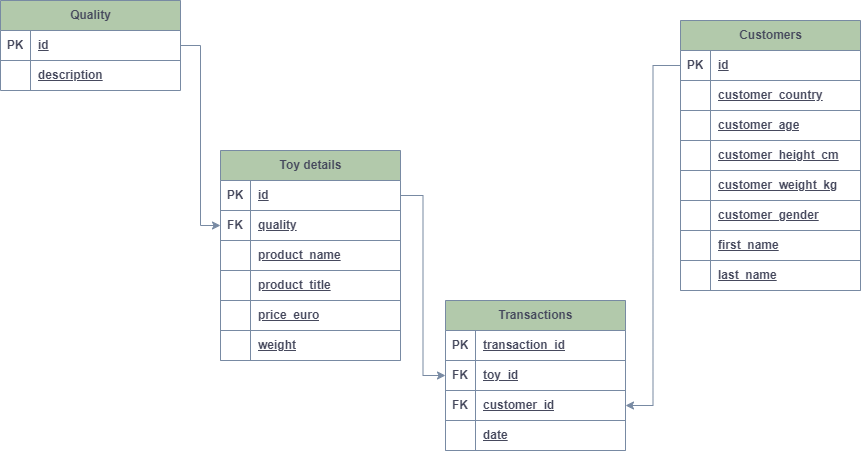
This is week_9/PDA_data_transformation/images/diagram_pda.png from JusRos/codeclan_homework_JustynaRosiak, a draw.io export, as it was before one commit. Source tidied: cells renumbered, new cells last; positions are measured from the earlier drawing's top-left corner, leaving out a move shared by most shapes.
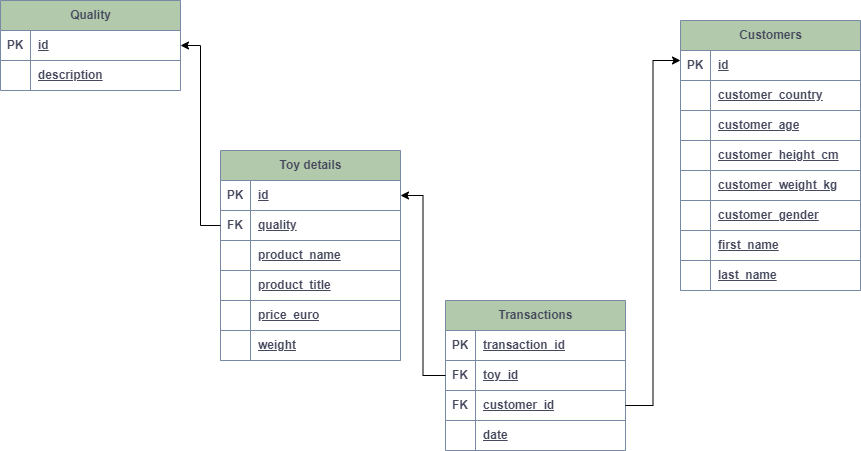
Above is the later version.

Change to the diagram source:
```diff
@@ -194,14 +194,14 @@
     <mxCell id="65" value="date" style="shape=partialRectangle;fillColor=none;top=0;left=0;bottom=0;right=0;align=left;spacingLeft=6;fontStyle=5;overflow=hidden;whiteSpace=wrap;html=1;strokeColor=#788AA3;fontFamily=Helvetica;fontSize=12;fontColor=#46495D;startSize=0;labelBackgroundColor=none;" parent="63" vertex="1">
       <mxGeometry x="30" width="150" height="30" as="geometry" />
     </mxCell>
-    <mxCell id="66" style="edgeStyle=orthogonalEdgeStyle;rounded=0;jettySize=auto;html=1;exitX=1;exitY=0.5;exitDx=0;exitDy=0;entryX=0;entryY=0.5;entryDx=0;entryDy=0;fontFamily=Helvetica;fontSize=12;fontColor=default;startSize=0;labelBackgroundColor=none;strokeColor=#788AA3;" parent="1" edge="1" source="10" target="57">
-      <mxGeometry relative="1" as="geometry" />
-    </mxCell>
-    <mxCell id="67" style="edgeStyle=orthogonalEdgeStyle;rounded=0;jettySize=auto;html=1;exitX=0;exitY=0.5;exitDx=0;exitDy=0;entryX=1;entryY=0.5;entryDx=0;entryDy=0;labelBackgroundColor=none;strokeColor=#788AA3;fontColor=default;" parent="1" edge="1" source="29" target="60">
-      <mxGeometry relative="1" as="geometry" />
-    </mxCell>
-    <mxCell id="68" style="edgeStyle=orthogonalEdgeStyle;rounded=0;jettySize=auto;html=1;exitX=1;exitY=0.5;exitDx=0;exitDy=0;entryX=0;entryY=0.5;entryDx=0;entryDy=0;strokeColor=#788AA3;fontColor=#46495D;fillColor=#B2C9AB;" parent="1" edge="1" source="3" target="13">
-      <mxGeometry relative="1" as="geometry" />
-    </mxCell>
+    <mxCell id="69" style="edgeStyle=orthogonalEdgeStyle;rounded=0;jettySize=auto;html=1;exitX=0;exitY=0.5;exitDx=0;exitDy=0;entryX=1;entryY=0.5;entryDx=0;entryDy=0;" parent="1" edge="1" source="13" target="3">
+      <mxGeometry relative="1" as="geometry" />
+    </mxCell>
+    <mxCell id="70" style="edgeStyle=orthogonalEdgeStyle;rounded=0;jettySize=auto;html=1;exitX=0;exitY=0.5;exitDx=0;exitDy=0;entryX=1;entryY=0.5;entryDx=0;entryDy=0;" parent="1" edge="1" source="57" target="10">
+      <mxGeometry relative="1" as="geometry" />
+    </mxCell>
+    <mxCell id="71" style="edgeStyle=orthogonalEdgeStyle;rounded=0;jettySize=auto;html=1;exitX=1;exitY=0.5;exitDx=0;exitDy=0;entryX=0;entryY=0.333;entryDx=0;entryDy=0;entryPerimeter=0;" parent="1" edge="1" source="60" target="29">
+      <mxGeometry relative="1" as="geometry" />
+    </mxCell>
   </root>
 </mxGraphModel>
```
